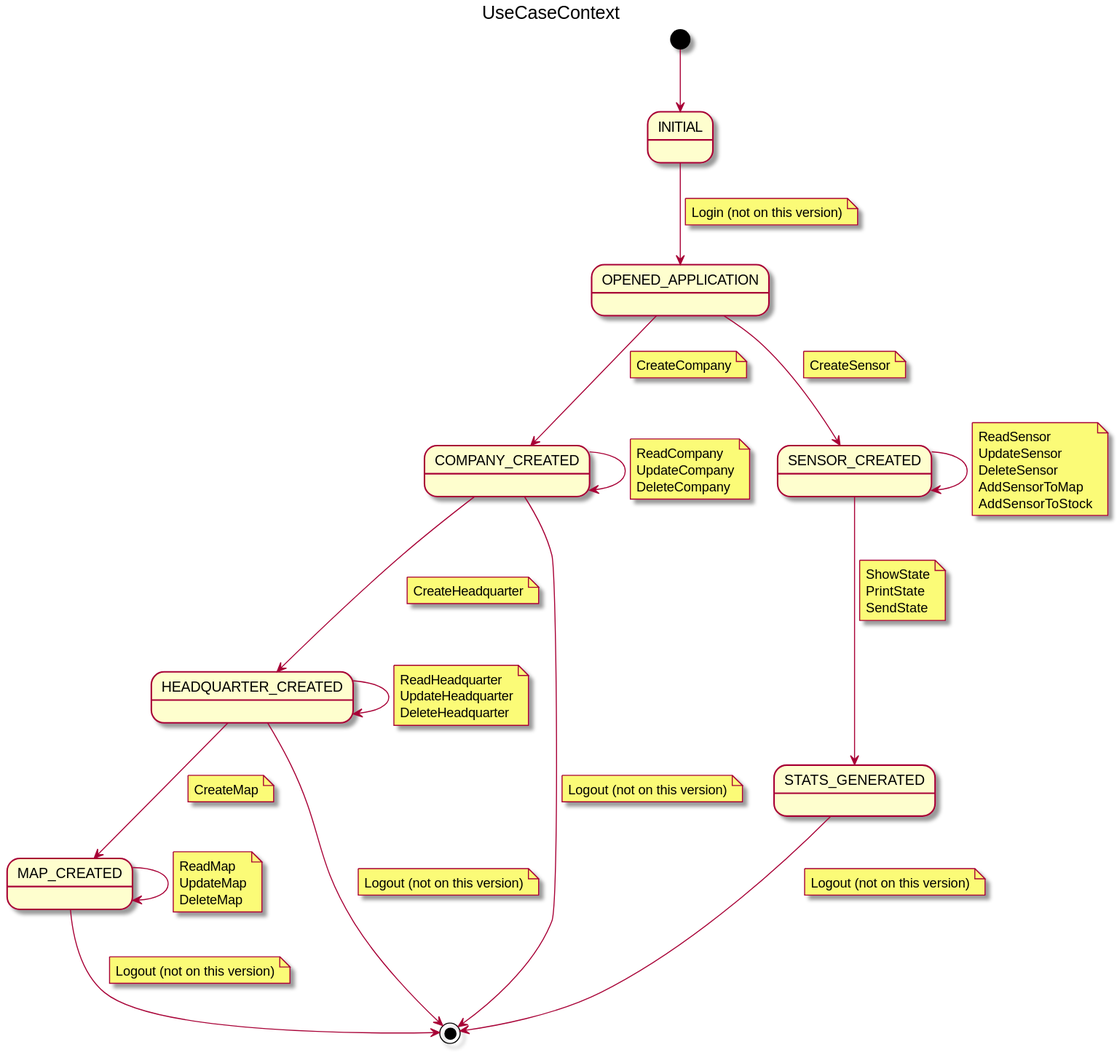
jumpering/pestmonitors keeps this PlantUML diagram as docs/src/useCase/context/useCaseContext.svg. Above is the earlier version.
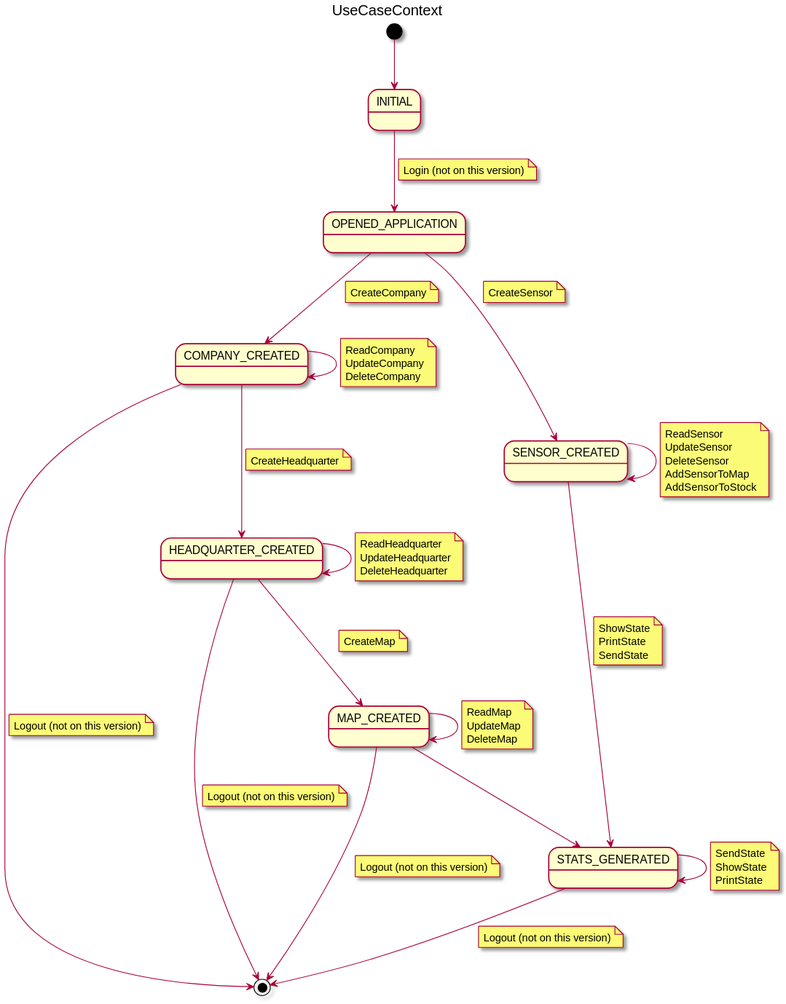
The same diagram one commit later.

The edit, as a diff of the source:
```diff
@@ -51,6 +51,8 @@
         DeleteMap
     end note
 
+MAP_CREATED --> STATS_GENERATED
+
 OPENED_APPLICATION --> SENSOR_CREATED
     note on link
         CreateSensor
@@ -87,6 +89,13 @@
            SendState
        end note
 
+STATS_GENERATED --> STATS_GENERATED
+    note on link
+        SendState
+        ShowState
+        PrintState
+    end note
+
 STATS_GENERATED --> [*]
       note on link
           Logout (not on this version)
```
